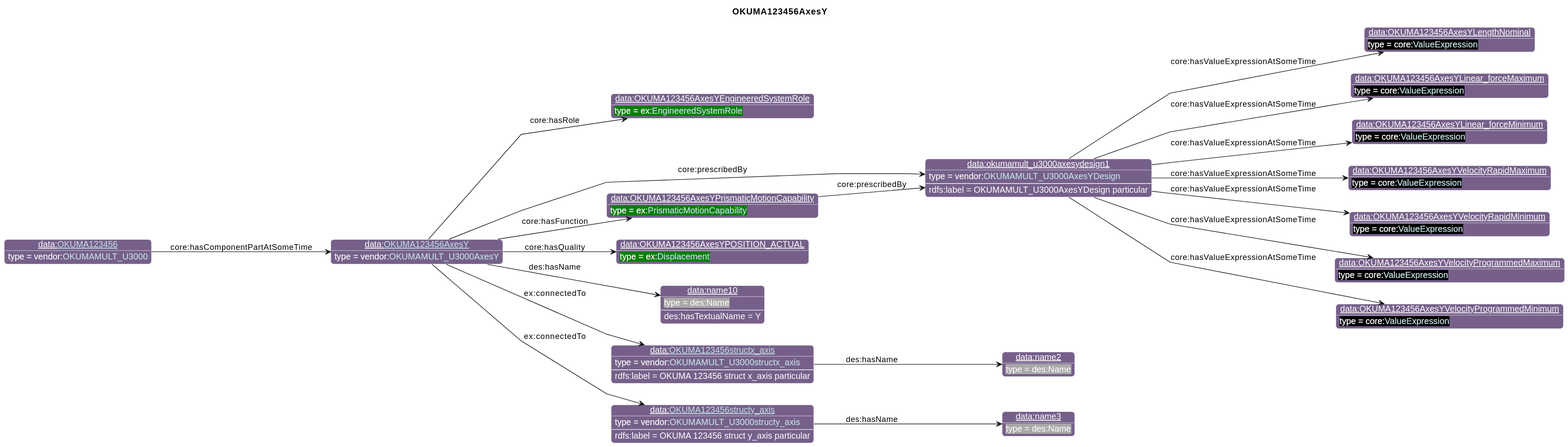
iofoundry/example-syseng-mtconnect keeps this PlantUML diagram as diagrams/OKUMA123456AxesY.svg. Above is the earlier version.
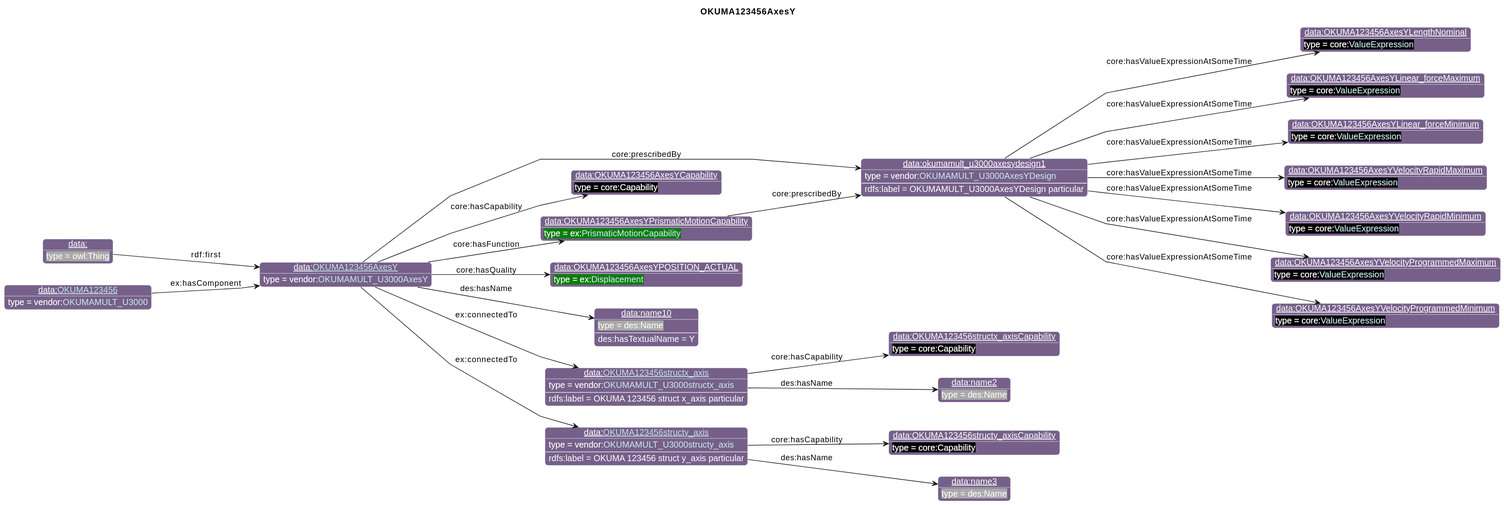
The same diagram one commit later.

What changed in the source:
```diff
@@ -26,43 +26,49 @@
                       "qp":"641B2E"
       }
 individual(o0, data:[[./OKUMA123456AxesY.html OKUMA123456AxesY]], vendor:[[../OKUMA.html#OKUMAMULT_U3000AxesY OKUMAMULT_U3000AxesY]])
-individual(o1, data:OKUMA123456AxesYEngineeredSystemRole, ex:[[../Example.html#EngineeredSystemRole EngineeredSystemRole]])
-individual(o2, data:okumamult_u3000axesydesign1, vendor:[[../OKUMA.html#OKUMAMULT_U3000AxesYDesign OKUMAMULT_U3000AxesYDesign]])
-individual(o3, data:OKUMA123456AxesYLengthNominal, core:[[https://spec.industrialontologies.org/ontology/core/Core/ValueExpression ValueExpression]])
-individual(o4, data:OKUMA123456AxesYLinear_forceMaximum, core:[[https://spec.industrialontologies.org/ontology/core/Core/ValueExpression ValueExpression]])
-individual(o5, data:OKUMA123456AxesYLinear_forceMinimum, core:[[https://spec.industrialontologies.org/ontology/core/Core/ValueExpression ValueExpression]])
-individual(o6, data:OKUMA123456AxesYVelocityRapidMaximum, core:[[https://spec.industrialontologies.org/ontology/core/Core/ValueExpression ValueExpression]])
-individual(o7, data:OKUMA123456AxesYVelocityRapidMinimum, core:[[https://spec.industrialontologies.org/ontology/core/Core/ValueExpression ValueExpression]])
-individual(o8, data:OKUMA123456AxesYVelocityProgrammedMaximum, core:[[https://spec.industrialontologies.org/ontology/core/Core/ValueExpression ValueExpression]])
-individual(o9, data:OKUMA123456AxesYVelocityProgrammedMinimum, core:[[https://spec.industrialontologies.org/ontology/core/Core/ValueExpression ValueExpression]])
+individual(o1, data:okumamult_u3000axesydesign1, vendor:[[../OKUMA.html#OKUMAMULT_U3000AxesYDesign OKUMAMULT_U3000AxesYDesign]])
+individual(o2, data:OKUMA123456AxesYLengthNominal, core:[[https://spec.industrialontologies.org/ontology/core/Core/ValueExpression ValueExpression]])
+individual(o3, data:OKUMA123456AxesYLinear_forceMaximum, core:[[https://spec.industrialontologies.org/ontology/core/Core/ValueExpression ValueExpression]])
+individual(o4, data:OKUMA123456AxesYLinear_forceMinimum, core:[[https://spec.industrialontologies.org/ontology/core/Core/ValueExpression ValueExpression]])
+individual(o5, data:OKUMA123456AxesYVelocityRapidMaximum, core:[[https://spec.industrialontologies.org/ontology/core/Core/ValueExpression ValueExpression]])
+individual(o6, data:OKUMA123456AxesYVelocityRapidMinimum, core:[[https://spec.industrialontologies.org/ontology/core/Core/ValueExpression ValueExpression]])
+individual(o7, data:OKUMA123456AxesYVelocityProgrammedMaximum, core:[[https://spec.industrialontologies.org/ontology/core/Core/ValueExpression ValueExpression]])
+individual(o8, data:OKUMA123456AxesYVelocityProgrammedMinimum, core:[[https://spec.industrialontologies.org/ontology/core/Core/ValueExpression ValueExpression]])
+individual(o9, data:OKUMA123456AxesYCapability, core:Capability)
 individual(o10, data:OKUMA123456AxesYPrismaticMotionCapability, ex:[[../Example.html#PrismaticMotionCapability PrismaticMotionCapability]])
 individual(o11, data:OKUMA123456AxesYPOSITION_ACTUAL, ex:[[../Example.html#Displacement Displacement]])
 individual(o12, data:name10, des:Name)
 individual(o13, data:[[./OKUMA123456structx_axis.html OKUMA123456structx_axis]], vendor:[[../OKUMA.html#OKUMAMULT_U3000structx_axis OKUMAMULT_U3000structx_axis]])
-individual(o14, data:name2, des:Name)
-individual(o15, data:[[./OKUMA123456structy_axis.html OKUMA123456structy_axis]], vendor:[[../OKUMA.html#OKUMAMULT_U3000structy_axis OKUMAMULT_U3000structy_axis]])
-individual(o16, data:name3, des:Name)
-individual(o17, data:[[./OKUMA123456.html OKUMA123456]], vendor:[[../OKUMA.html#OKUMAMULT_U3000 OKUMAMULT_U3000]])
-property(o0, "core:hasRole", o1)
-property(o0, "core:prescribedBy", o2)
-data(o2, "rdfs:label", "OKUMAMULT_U3000AxesYDesign particular")
-property(o2, "core:hasValueExpressionAtSomeTime", o3)
-property(o2, "core:hasValueExpressionAtSomeTime", o4)
-property(o2, "core:hasValueExpressionAtSomeTime", o5)
-property(o2, "core:hasValueExpressionAtSomeTime", o6)
-property(o2, "core:hasValueExpressionAtSomeTime", o7)
-property(o2, "core:hasValueExpressionAtSomeTime", o8)
-property(o2, "core:hasValueExpressionAtSomeTime", o9)
+individual(o14, data:OKUMA123456structx_axisCapability, core:Capability)
+individual(o15, data:name2, des:Name)
+individual(o16, data:[[./OKUMA123456structy_axis.html OKUMA123456structy_axis]], vendor:[[../OKUMA.html#OKUMAMULT_U3000structy_axis OKUMAMULT_U3000structy_axis]])
+individual(o17, data:OKUMA123456structy_axisCapability, core:Capability)
+individual(o18, data:name3, des:Name)
+individual(o19, data:, owl:Thing)
+individual(o20, data:[[./OKUMA123456.html OKUMA123456]], vendor:[[../OKUMA.html#OKUMAMULT_U3000 OKUMAMULT_U3000]])
+property(o0, "core:prescribedBy", o1)
+data(o1, "rdfs:label", "OKUMAMULT_U3000AxesYDesign particular")
+property(o1, "core:hasValueExpressionAtSomeTime", o2)
+property(o1, "core:hasValueExpressionAtSomeTime", o3)
+property(o1, "core:hasValueExpressionAtSomeTime", o4)
+property(o1, "core:hasValueExpressionAtSomeTime", o5)
+property(o1, "core:hasValueExpressionAtSomeTime", o6)
+property(o1, "core:hasValueExpressionAtSomeTime", o7)
+property(o1, "core:hasValueExpressionAtSomeTime", o8)
+property(o0, "core:hasCapability", o9)
 property(o0, "core:hasFunction", o10)
-property(o10, "core:prescribedBy", o2)
+property(o10, "core:prescribedBy", o1)
 property(o0, "core:hasQuality", o11)
 property(o0, "des:hasName", o12)
 data(o12, "des:hasTextualName", "Y")
 property(o0, "ex:connectedTo", o13)
 data(o13, "rdfs:label", "OKUMA 123456 struct x_axis particular")
-property(o13, "des:hasName", o14)
-property(o0, "ex:connectedTo", o15)
-data(o15, "rdfs:label", "OKUMA 123456 struct y_axis particular")
-property(o15, "des:hasName", o16)
-property(o17, "core:hasComponentPartAtSomeTime", o0)
+property(o13, "core:hasCapability", o14)
+property(o13, "des:hasName", o15)
+property(o0, "ex:connectedTo", o16)
+data(o16, "rdfs:label", "OKUMA 123456 struct y_axis particular")
+property(o16, "core:hasCapability", o17)
+property(o16, "des:hasName", o18)
+property(o19, "rdf:first", o0)
+property(o20, "ex:hasComponent", o0)
 @enduml
```
